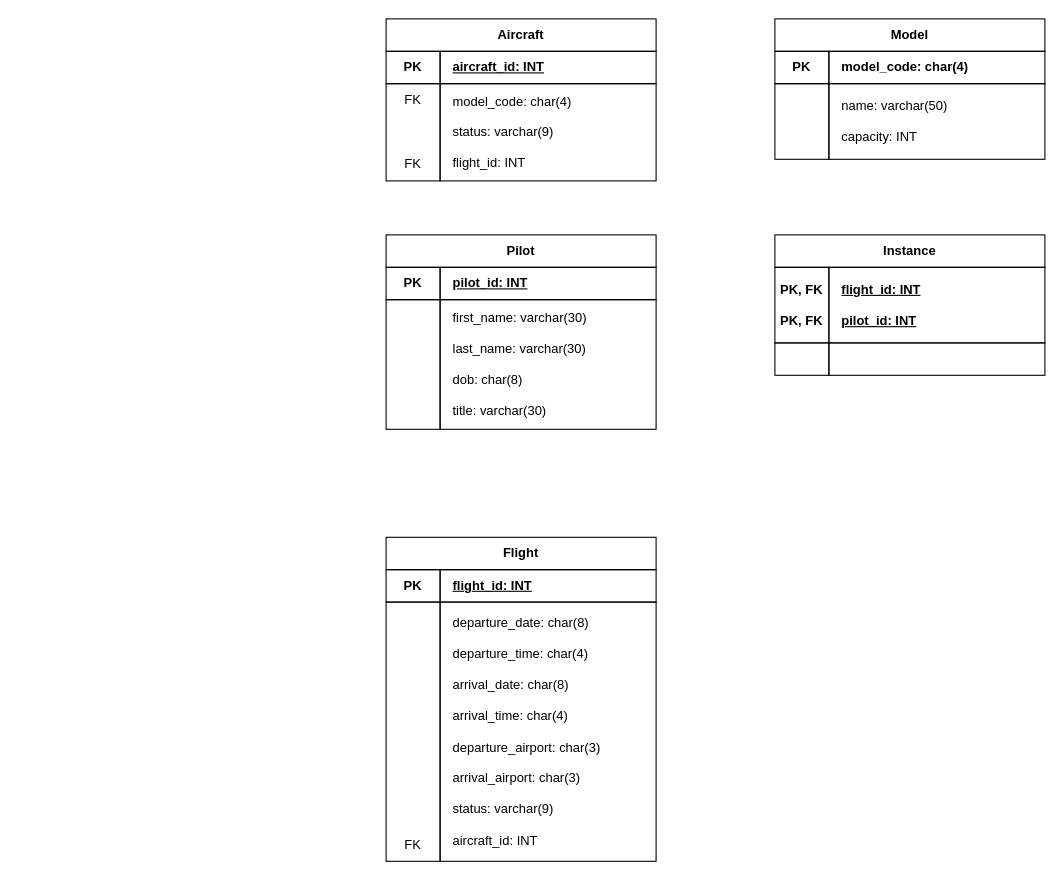
Before: airline-database-erd.drawio in J-05/CW120040-CW2, a draw.io diagram. Source tidied: cells renumbered, new cells numbered last; positions are measured from the earlier drawing's top-left corner, leaving out a move shared by most shapes. Both pictures are drawn from the tidied source at 108%, with x=0, y=0 at pixel (386, 18).
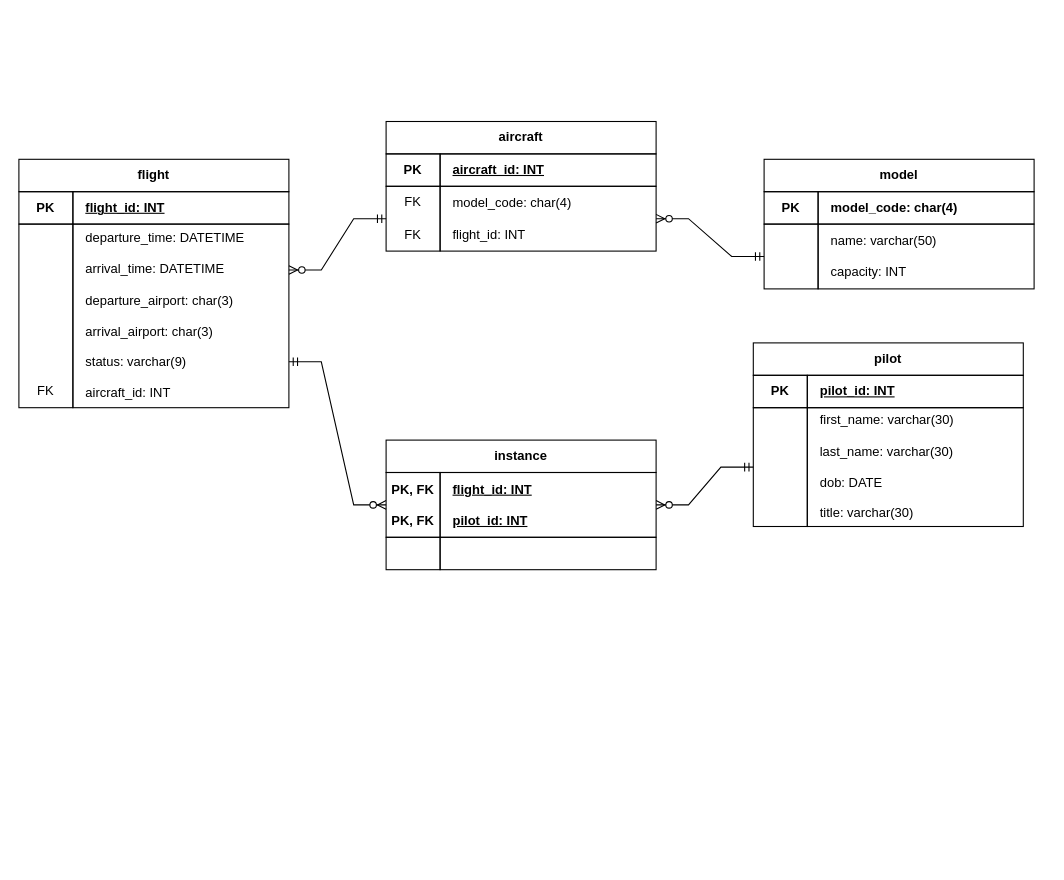
Above is the later version.

What changed in the source:
```diff
@@
     <mxCell id="2" value="&lt;b style=&quot;&quot;&gt;&lt;i&gt;&amp;nbsp; &amp;nbsp;&lt;/i&gt;&lt;u&gt;aircraft_id: INT&lt;/u&gt;&lt;/b&gt;" style="rounded=0;whiteSpace=wrap;html=1;fillColor=none;align=left;" parent="1" vertex="1">
-      <mxGeometry x="50" y="30" width="200" height="30" as="geometry" />
+      <mxGeometry x="50" y="125" width="200" height="30" as="geometry" />
     </mxCell>
     <mxCell id="3" value="&lt;b&gt;PK&lt;/b&gt;" style="rounded=0;whiteSpace=wrap;html=1;fillColor=none;" parent="1" vertex="1">
-      <mxGeometry y="30" width="50" height="30" as="geometry" />
+      <mxGeometry y="125" width="50" height="30" as="geometry" />
     </mxCell>
     <mxCell id="4" style="rounded=0;whiteSpace=wrap;html=1;fillColor=none;" parent="1" vertex="1">
-      <mxGeometry y="60" width="50" height="90" as="geometry" />
+      <mxGeometry y="155" width="50" height="60" as="geometry" />
     </mxCell>
-    <mxCell id="5" value="&amp;nbsp; &amp;nbsp;model_code: char(4)&lt;br&gt;&lt;br&gt;&amp;nbsp; &amp;nbsp;status: varchar(9)&lt;br&gt;&lt;br&gt;&amp;nbsp; &amp;nbsp;flight_id: INT" style="rounded=0;whiteSpace=wrap;html=1;fillColor=none;align=left;" parent="1" vertex="1">
-      <mxGeometry x="50" y="60" width="200" height="90" as="geometry" />
+    <mxCell id="5" value="&amp;nbsp; &amp;nbsp;model_code: char(4)&lt;br&gt;&lt;br&gt;&amp;nbsp; &amp;nbsp;flight_id: INT" style="rounded=0;whiteSpace=wrap;html=1;fillColor=none;align=left;" parent="1" vertex="1">
+      <mxGeometry x="50" y="155" width="200" height="60" as="geometry" />
     </mxCell>
-    <mxCell id="6" value="&lt;b&gt;Aircraft&lt;/b&gt;" style="rounded=0;whiteSpace=wrap;html=1;fillColor=none;" parent="1" vertex="1">
-      <mxGeometry width="250" height="30" as="geometry" />
+    <mxCell id="6" value="&lt;b&gt;aircraft&lt;/b&gt;" style="rounded=0;whiteSpace=wrap;html=1;fillColor=none;" parent="1" vertex="1">
+      <mxGeometry y="95" width="250" height="30" as="geometry" />
     </mxCell>
     <mxCell id="7" value="&lt;b style=&quot;&quot;&gt;&lt;i&gt;&amp;nbsp; &amp;nbsp;&lt;/i&gt;&lt;u&gt;flight_id: INT&lt;/u&gt;&lt;/b&gt;" style="rounded=0;whiteSpace=wrap;html=1;fillColor=none;align=left;" parent="1" vertex="1">
-      <mxGeometry x="50" y="510" width="200" height="30" as="geometry" />
+      <mxGeometry x="-290" y="160" width="200" height="30" as="geometry" />
     </mxCell>
     <mxCell id="8" value="&lt;b&gt;PK&lt;/b&gt;" style="rounded=0;whiteSpace=wrap;html=1;fillColor=none;" parent="1" vertex="1">
-      <mxGeometry y="510" width="50" height="30" as="geometry" />
+      <mxGeometry x="-340" y="160" width="50" height="30" as="geometry" />
     </mxCell>
     <mxCell id="9" style="rounded=0;whiteSpace=wrap;html=1;fillColor=none;" parent="1" vertex="1">
-      <mxGeometry y="540" width="50" height="240" as="geometry" />
+      <mxGeometry x="-340" y="190" width="50" height="170" as="geometry" />
     </mxCell>
-    <mxCell id="10" value="&amp;nbsp; &amp;nbsp;departure_date: char(8)&lt;br&gt;&lt;br&gt;&amp;nbsp; &amp;nbsp;departure_time: char(4)&lt;br&gt;&lt;br&gt;&amp;nbsp; &amp;nbsp;arrival_date: char(8)&lt;br&gt;&lt;br&gt;&amp;nbsp; &amp;nbsp;arrival_time: char(4)&lt;br&gt;&lt;br&gt;&amp;nbsp; &amp;nbsp;departure_airport: char(3)&lt;br&gt;&lt;br&gt;&amp;nbsp; &amp;nbsp;arrival_airport: char(3)&lt;br&gt;&lt;br&gt;&amp;nbsp; &amp;nbsp;status: varchar(9)&lt;br&gt;&lt;br&gt;&amp;nbsp; &amp;nbsp;aircraft_id: INT" style="rounded=0;whiteSpace=wrap;html=1;fillColor=none;align=left;" parent="1" vertex="1">
-      <mxGeometry x="50" y="540" width="200" height="240" as="geometry" />
+    <mxCell id="10" value="&amp;nbsp; &amp;nbsp;departure_time: DATETIME&lt;br&gt;&lt;br&gt;&amp;nbsp; &amp;nbsp;arrival_time: DATETIME&lt;br&gt;&lt;br&gt;&amp;nbsp; &amp;nbsp;departure_airport: char(3)&lt;br&gt;&lt;br&gt;&amp;nbsp; &amp;nbsp;arrival_airport: char(3)&lt;br&gt;&lt;br&gt;&amp;nbsp; &amp;nbsp;status: varchar(9)&lt;br&gt;&lt;br&gt;&amp;nbsp; &amp;nbsp;aircraft_id: INT" style="rounded=0;whiteSpace=wrap;html=1;fillColor=none;align=left;" parent="1" vertex="1">
+      <mxGeometry x="-290" y="190" width="200" height="170" as="geometry" />
     </mxCell>
-    <mxCell id="11" value="&lt;b&gt;Flight&lt;/b&gt;" style="rounded=0;whiteSpace=wrap;html=1;fillColor=none;" parent="1" vertex="1">
-      <mxGeometry y="480" width="250" height="30" as="geometry" />
+    <mxCell id="11" value="&lt;b&gt;flight&lt;/b&gt;" style="rounded=0;whiteSpace=wrap;html=1;fillColor=none;" parent="1" vertex="1">
+      <mxGeometry x="-340" y="130" width="250" height="30" as="geometry" />
     </mxCell>
     <mxCell id="12" value="&lt;b style=&quot;&quot;&gt;&lt;i&gt;&amp;nbsp; &amp;nbsp;&lt;/i&gt;&lt;u&gt;pilot_id: INT&lt;/u&gt;&lt;/b&gt;" style="rounded=0;whiteSpace=wrap;html=1;fillColor=none;align=left;" parent="1" vertex="1">
-      <mxGeometry x="50" y="230" width="200" height="30" as="geometry" />
+      <mxGeometry x="390" y="330" width="200" height="30" as="geometry" />
     </mxCell>
     <mxCell id="13" value="&lt;b&gt;PK&lt;/b&gt;" style="rounded=0;whiteSpace=wrap;html=1;fillColor=none;" parent="1" vertex="1">
-      <mxGeometry y="230" width="50" height="30" as="geometry" />
+      <mxGeometry x="340" y="330" width="50" height="30" as="geometry" />
     </mxCell>
     <mxCell id="14" style="rounded=0;whiteSpace=wrap;html=1;fillColor=none;" parent="1" vertex="1">
-      <mxGeometry y="260" width="50" height="120" as="geometry" />
+      <mxGeometry x="340" y="360" width="50" height="110" as="geometry" />
     </mxCell>
-    <mxCell id="15" value="&amp;nbsp; &amp;nbsp;first_name: varchar(30)&lt;br&gt;&lt;br&gt;&amp;nbsp; &amp;nbsp;last_name: varchar(30)&lt;br&gt;&lt;br&gt;&amp;nbsp; &amp;nbsp;dob: char(8)&lt;br&gt;&lt;br&gt;&amp;nbsp; &amp;nbsp;title: varchar(30)" style="rounded=0;whiteSpace=wrap;html=1;fillColor=none;align=left;" parent="1" vertex="1">
-      <mxGeometry x="50" y="260" width="200" height="120" as="geometry" />
+    <mxCell id="15" value="&amp;nbsp; &amp;nbsp;first_name: varchar(30)&lt;br&gt;&lt;br&gt;&amp;nbsp; &amp;nbsp;last_name: varchar(30)&lt;br&gt;&lt;br&gt;&amp;nbsp; &amp;nbsp;dob: DATE&lt;br&gt;&lt;br&gt;&amp;nbsp; &amp;nbsp;title: varchar(30)" style="rounded=0;whiteSpace=wrap;html=1;fillColor=none;align=left;" parent="1" vertex="1">
+      <mxGeometry x="390" y="360" width="200" height="110" as="geometry" />
     </mxCell>
-    <mxCell id="16" value="&lt;b&gt;Pilot&lt;/b&gt;" style="rounded=0;whiteSpace=wrap;html=1;fillColor=none;" parent="1" vertex="1">
-      <mxGeometry y="200" width="250" height="30" as="geometry" />
+    <mxCell id="16" value="&lt;b&gt;pilot&lt;/b&gt;" style="rounded=0;whiteSpace=wrap;html=1;fillColor=none;" parent="1" vertex="1">
+      <mxGeometry x="340" y="300" width="250" height="30" as="geometry" />
     </mxCell>
     <mxCell id="17" value="&amp;nbsp; &amp;nbsp;&lt;b&gt;&lt;u&gt;flight_id: INT&lt;/u&gt;&lt;br&gt;&lt;br&gt;&amp;nbsp; &amp;nbsp;&lt;u&gt;pilot_id: INT&lt;/u&gt;&lt;br&gt;&lt;/b&gt;" style="rounded=0;whiteSpace=wrap;html=1;fillColor=none;align=left;" parent="1" vertex="1">
-      <mxGeometry x="410" y="230" width="200" height="70" as="geometry" />
+      <mxGeometry x="50" y="420" width="200" height="60" as="geometry" />
     </mxCell>
     <mxCell id="18" value="&lt;b&gt;PK, FK&lt;br&gt;&lt;br&gt;PK, FK&lt;br&gt;&lt;/b&gt;" style="rounded=0;whiteSpace=wrap;html=1;fillColor=none;" parent="1" vertex="1">
-      <mxGeometry x="360" y="230" width="50" height="70" as="geometry" />
+      <mxGeometry y="420" width="50" height="60" as="geometry" />
     </mxCell>
     <mxCell id="19" style="rounded=0;whiteSpace=wrap;html=1;fillColor=none;" parent="1" vertex="1">
-      <mxGeometry x="360" y="300" width="50" height="30" as="geometry" />
+      <mxGeometry y="480" width="50" height="30" as="geometry" />
     </mxCell>
     <mxCell id="20" style="rounded=0;whiteSpace=wrap;html=1;fillColor=none;align=left;" parent="1" vertex="1">
-      <mxGeometry x="410" y="300" width="200" height="30" as="geometry" />
+      <mxGeometry x="50" y="480" width="200" height="30" as="geometry" />
     </mxCell>
-    <mxCell id="21" value="&lt;b&gt;Instance&lt;/b&gt;" style="rounded=0;whiteSpace=wrap;html=1;fillColor=none;" parent="1" vertex="1">
-      <mxGeometry x="360" y="200" width="250" height="30" as="geometry" />
+    <mxCell id="21" value="&lt;b&gt;instance&lt;/b&gt;" style="rounded=0;whiteSpace=wrap;html=1;fillColor=none;" parent="1" vertex="1">
+      <mxGeometry y="390" width="250" height="30" as="geometry" />
     </mxCell>
     <mxCell id="22" value="&lt;b&gt;&lt;i&gt;&amp;nbsp; &amp;nbsp;&lt;/i&gt;model_code: char(4)&lt;/b&gt;" style="rounded=0;whiteSpace=wrap;html=1;fillColor=none;align=left;" parent="1" vertex="1">
-      <mxGeometry x="410" y="30" width="200" height="30" as="geometry" />
+      <mxGeometry x="400" y="160" width="200" height="30" as="geometry" />
     </mxCell>
     <mxCell id="23" value="&lt;b&gt;PK&lt;/b&gt;" style="rounded=0;whiteSpace=wrap;html=1;fillColor=none;" parent="1" vertex="1">
-      <mxGeometry x="360" y="30" width="50" height="30" as="geometry" />
+      <mxGeometry x="350" y="160" width="50" height="30" as="geometry" />
     </mxCell>
     <mxCell id="24" style="rounded=0;whiteSpace=wrap;html=1;fillColor=none;" parent="1" vertex="1">
-      <mxGeometry x="360" y="60" width="50" height="70" as="geometry" />
+      <mxGeometry x="350" y="190" width="50" height="60" as="geometry" />
     </mxCell>
     <mxCell id="25" value="&amp;nbsp; &amp;nbsp;name: varchar(50)&lt;br&gt;&lt;br&gt;&amp;nbsp; &amp;nbsp;capacity: INT" style="rounded=0;whiteSpace=wrap;html=1;fillColor=none;align=left;" parent="1" vertex="1">
-      <mxGeometry x="410" y="60" width="200" height="70" as="geometry" />
+      <mxGeometry x="400" y="190" width="200" height="60" as="geometry" />
     </mxCell>
-    <mxCell id="26" value="&lt;b&gt;Model&lt;/b&gt;" style="rounded=0;whiteSpace=wrap;html=1;fillColor=none;" parent="1" vertex="1">
-      <mxGeometry x="360" width="250" height="30" as="geometry" />
+    <mxCell id="26" value="&lt;b&gt;model&lt;/b&gt;" style="rounded=0;whiteSpace=wrap;html=1;fillColor=none;" parent="1" vertex="1">
+      <mxGeometry x="350" y="130" width="250" height="30" as="geometry" />
     </mxCell>
     <mxCell id="27" value="FK" style="rounded=0;whiteSpace=wrap;html=1;fillColor=none;strokeColor=none;" parent="1" vertex="1">
-      <mxGeometry y="60" width="50" height="30" as="geometry" />
+      <mxGeometry y="155" width="50" height="30" as="geometry" />
     </mxCell>
     <mxCell id="28" value="FK" style="rounded=0;whiteSpace=wrap;html=1;fillColor=none;strokeColor=none;" parent="1" vertex="1">
-      <mxGeometry y="120" width="50" height="30" as="geometry" />
+      <mxGeometry y="185" width="50" height="30" as="geometry" />
     </mxCell>
     <mxCell id="29" value="FK" style="rounded=0;whiteSpace=wrap;html=1;fillColor=none;strokeColor=none;" parent="1" vertex="1">
-      <mxGeometry y="750" width="50" height="30" as="geometry" />
+      <mxGeometry x="-340" y="330" width="50" height="30" as="geometry" />
     </mxCell>
+    <mxCell id="30" style="edgeStyle=entityRelationEdgeStyle;fontSize=12;html=1;endArrow=ERzeroToMany;startArrow=ERmandOne;rounded=0;entryX=1;entryY=0.5;entryDx=0;entryDy=0;exitX=0;exitY=0.5;exitDx=0;exitDy=0;" parent="1" edge="1" source="24" target="5">
+      <mxGeometry relative="1" as="geometry" />
+    </mxCell>
+    <mxCell id="31" style="edgeStyle=entityRelationEdgeStyle;fontSize=12;html=1;endArrow=ERzeroToMany;startArrow=ERmandOne;rounded=0;exitX=0;exitY=0.5;exitDx=0;exitDy=0;entryX=1;entryY=0.25;entryDx=0;entryDy=0;" parent="1" edge="1" source="4" target="10">
+      <mxGeometry relative="1" as="geometry" />
+    </mxCell>
+    <mxCell id="32" style="edgeStyle=entityRelationEdgeStyle;fontSize=12;html=1;endArrow=ERzeroToMany;startArrow=ERmandOne;rounded=0;entryX=0;entryY=0.5;entryDx=0;entryDy=0;exitX=1;exitY=0.75;exitDx=0;exitDy=0;" parent="1" edge="1" source="10" target="18">
+      <mxGeometry relative="1" as="geometry">
+        <Array as="points">
+          <mxPoint x="-20" y="340" />
+          <mxPoint x="-160" y="340" />
+        </Array>
+      </mxGeometry>
+    </mxCell>
+    <mxCell id="33" style="edgeStyle=entityRelationEdgeStyle;fontSize=12;html=1;endArrow=ERzeroToMany;startArrow=ERmandOne;rounded=0;entryX=1;entryY=0.5;entryDx=0;entryDy=0;exitX=0;exitY=0.5;exitDx=0;exitDy=0;" parent="1" edge="1" source="14" target="17">
+      <mxGeometry relative="1" as="geometry" />
+    </mxCell>
```
